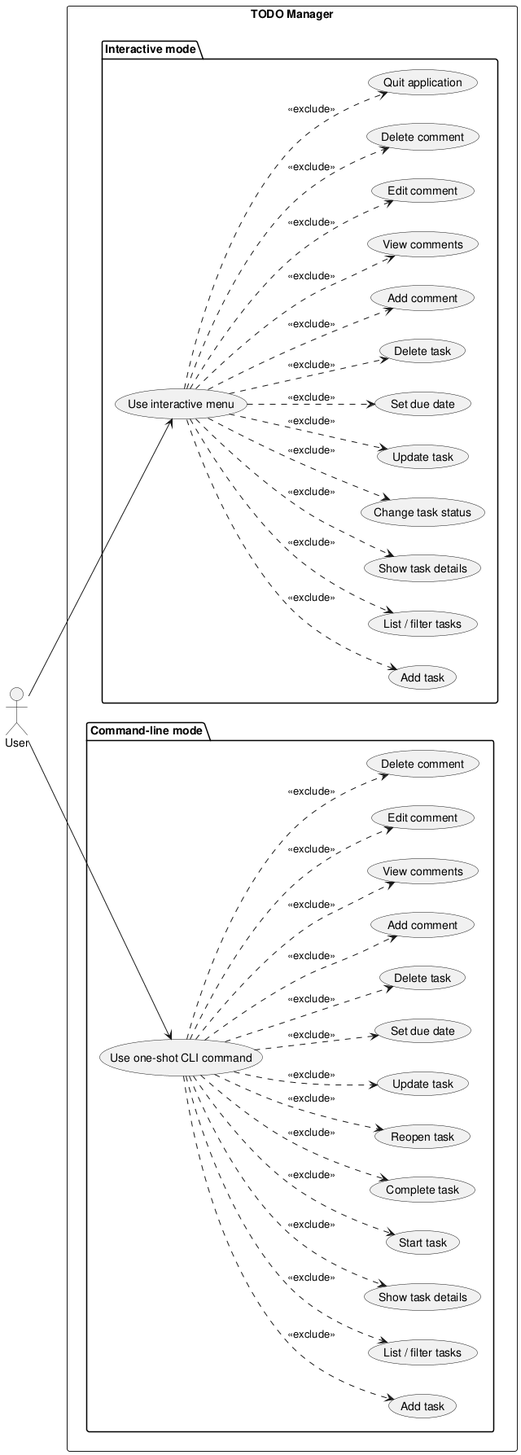
This is experiments/pipeline/user_stories/TODO/artifacts/use_case_diagram.png from DanielRiha8906/Software_autoevolution_using_agents, a PlantUML export, as it was before one commit.
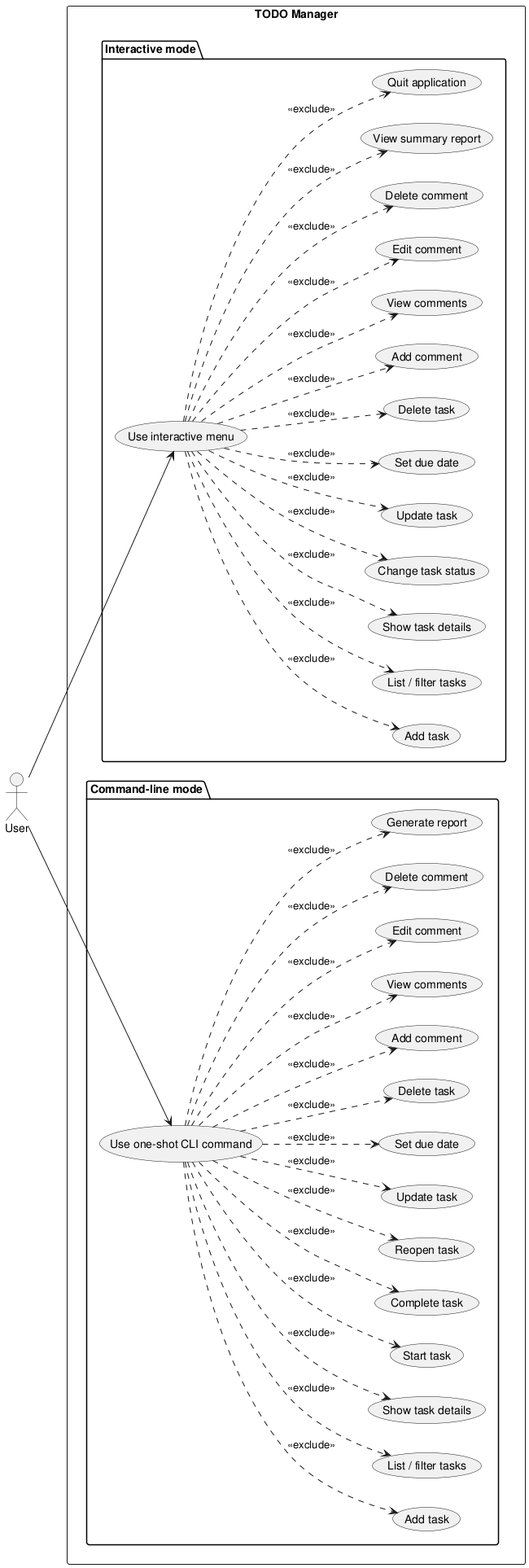
After the change.

Change to the diagram source:
```diff
@@ -19,6 +19,7 @@
     usecase "View comments" as I_COMMENT_VIEW
     usecase "Edit comment" as I_COMMENT_EDIT
     usecase "Delete comment" as I_COMMENT_DELETE
+    usecase "View summary report" as I_REPORT
     usecase "Quit application" as I_QUIT
   }
 
@@ -37,6 +38,7 @@
     usecase "View comments" as C_COMMENT_VIEW
     usecase "Edit comment" as C_COMMENT_EDIT
     usecase "Delete comment" as C_COMMENT_DELETE
+    usecase "Generate report" as C_REPORT
   }
 }
 
@@ -54,6 +56,7 @@
 UI ..> I_COMMENT_VIEW : <<exclude>>
 UI ..> I_COMMENT_EDIT : <<exclude>>
 UI ..> I_COMMENT_DELETE : <<exclude>>
+UI ..> I_REPORT   : <<exclude>>
 UI ..> I_QUIT     : <<exclude>>
 
 CLI ..> C_ADD     : <<exclude>>
@@ -69,5 +72,6 @@
 CLI ..> C_COMMENT_VIEW : <<exclude>>
 CLI ..> C_COMMENT_EDIT : <<exclude>>
 CLI ..> C_COMMENT_DELETE : <<exclude>>
+CLI ..> C_REPORT  : <<exclude>>
 
 @enduml
```
